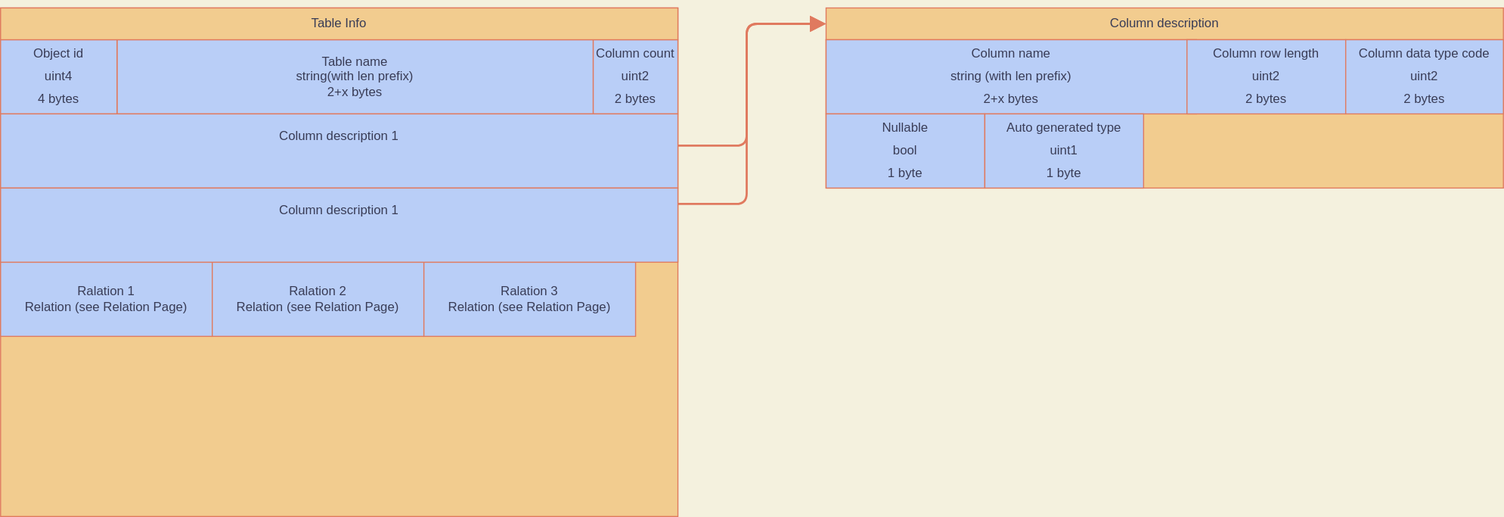
Harry29-exe/HomegrownDB keeps this draw.io diagram as documentacion/table_info.doc.svg. Above is the earlier version. Source tidied: cells renumbered, new cells last; positions are measured from the earlier drawing's top-left corner, leaving out a move shared by most shapes. Source of this version:
```xml
<mxGraphModel background="#F4F1DE">
  <root>
    <mxCell id="0" />
    <mxCell id="1" parent="0" />
    <mxCell id="2" value="&lt;p style=&quot;line-height: 1.8&quot;&gt;&lt;br&gt;&lt;/p&gt;" style="rounded=0;whiteSpace=wrap;html=1;sketch=0;fontColor=#393C56;strokeColor=#E07A5F;fillColor=#F2CC8F;fontStyle=0;verticalAlign=middle;" parent="1" vertex="1">
      <mxGeometry x="780" y="30" width="640" height="140" as="geometry" />
    </mxCell>
    <mxCell id="3" style="rounded=0;whiteSpace=wrap;html=1;fillColor=#F2CC8F;strokeColor=#E07A5F;fontColor=#393C56;" parent="1" vertex="1">
      <mxGeometry width="640" height="480" as="geometry" />
    </mxCell>
    <mxCell id="4" value="&lt;span&gt;Table name&lt;/span&gt;&lt;br&gt;&lt;span&gt;string(with len prefix)&lt;br&gt;&lt;/span&gt;&lt;span&gt;2+x bytes&lt;/span&gt;&lt;span&gt;&lt;br&gt;&lt;/span&gt;" style="rounded=0;whiteSpace=wrap;html=1;sketch=0;fontColor=#393C56;strokeColor=#E07A5F;fillColor=#B9CEF7;fontStyle=0;labelBackgroundColor=none;" parent="1" vertex="1">
      <mxGeometry x="110" y="30" width="450" height="70" as="geometry" />
    </mxCell>
    <mxCell id="5" value="&lt;p style=&quot;line-height: 1.8&quot;&gt;Object id&lt;br&gt;uint4&lt;br&gt;4 bytes&lt;/p&gt;" style="rounded=0;whiteSpace=wrap;html=1;sketch=0;fontColor=#393C56;strokeColor=#E07A5F;fillColor=#B9CEF7;fontStyle=0;spacing=2;" parent="1" vertex="1">
      <mxGeometry y="30" width="110" height="70" as="geometry" />
    </mxCell>
    <mxCell id="6" style="rounded=1;sketch=0;jettySize=auto;html=1;fontColor=#393C56;strokeColor=#E07A5F;fillColor=#F2CC8F;strokeWidth=2;edgeStyle=orthogonalEdgeStyle;endArrow=block;endFill=1;endSize=10;entryX=0;entryY=0.5;entryDx=0;entryDy=0;exitX=1;exitY=0.5;exitDx=0;exitDy=0;" parent="1" edge="1" source="17" target="12">
      <mxGeometry relative="1" as="geometry">
        <Array as="points">
          <mxPoint x="630" y="135" />
          <mxPoint x="630" y="130" />
          <mxPoint x="705" y="130" />
          <mxPoint x="705" y="15" />
        </Array>
      </mxGeometry>
    </mxCell>
    <mxCell id="7" style="edgeStyle=orthogonalEdgeStyle;rounded=1;sketch=0;jettySize=auto;html=1;entryX=0;entryY=0.5;entryDx=0;entryDy=0;fontColor=#393C56;endArrow=block;endFill=1;endSize=10;strokeColor=#E07A5F;strokeWidth=2;fillColor=#F2CC8F;" parent="1" edge="1" target="12">
      <mxGeometry relative="1" as="geometry">
        <mxPoint x="630" y="185" as="sourcePoint" />
      </mxGeometry>
    </mxCell>
    <mxCell id="8" value="&lt;p style=&quot;line-height: 1.8&quot;&gt;Column count&lt;br&gt;uint2&lt;br&gt;2 bytes&lt;/p&gt;" style="rounded=0;whiteSpace=wrap;html=1;sketch=0;fontColor=#393C56;strokeColor=#E07A5F;fillColor=#B9CEF7;fontStyle=0;spacing=2;" parent="1" vertex="1">
      <mxGeometry x="560" y="30" width="80" height="70" as="geometry" />
    </mxCell>
    <mxCell id="9" value="Ralation 1&lt;br&gt;Relation (see Relation Page)" style="rounded=0;whiteSpace=wrap;html=1;sketch=0;fontColor=#393C56;strokeColor=#E07A5F;fillColor=#B9CEF7;verticalAlign=middle;" parent="1" vertex="1">
      <mxGeometry y="240" width="200" height="70" as="geometry" />
    </mxCell>
    <mxCell id="10" value="Ralation 2&lt;br&gt;Relation (see Relation Page)" style="rounded=0;whiteSpace=wrap;html=1;sketch=0;fontColor=#393C56;strokeColor=#E07A5F;fillColor=#B9CEF7;verticalAlign=middle;" parent="1" vertex="1">
      <mxGeometry x="200" y="240" width="200" height="70" as="geometry" />
    </mxCell>
    <mxCell id="11" value="Ralation 3&lt;br&gt;Relation (see Relation Page)" style="rounded=0;whiteSpace=wrap;html=1;sketch=0;fontColor=#393C56;strokeColor=#E07A5F;fillColor=#B9CEF7;verticalAlign=middle;" parent="1" vertex="1">
      <mxGeometry x="400" y="240" width="200" height="70" as="geometry" />
    </mxCell>
    <mxCell id="12" value="&lt;p style=&quot;line-height: 1.8&quot;&gt;Column description&lt;/p&gt;" style="rounded=0;whiteSpace=wrap;html=1;sketch=0;fontColor=#393C56;strokeColor=#E07A5F;fillColor=#F2CC8F;fontStyle=0;verticalAlign=middle;" parent="1" vertex="1">
      <mxGeometry x="780" width="640" height="30" as="geometry" />
    </mxCell>
    <mxCell id="13" value="&lt;p style=&quot;line-height: 1.8&quot;&gt;Column name&lt;br&gt;string (with len prefix)&lt;br&gt;2+x bytes&lt;/p&gt;" style="rounded=0;whiteSpace=wrap;html=1;sketch=0;fontColor=#393C56;strokeColor=#E07A5F;fillColor=#B9CEF7;fontStyle=0;spacing=2;" parent="1" vertex="1">
      <mxGeometry x="780" y="30" width="350" height="70" as="geometry" />
    </mxCell>
    <mxCell id="14" value="&lt;p style=&quot;line-height: 1.8&quot;&gt;Column row length&lt;br&gt;uint2&lt;br&gt;2 bytes&lt;/p&gt;" style="rounded=0;whiteSpace=wrap;html=1;sketch=0;fontColor=#393C56;strokeColor=#E07A5F;fillColor=#B9CEF7;fontStyle=0;spacing=2;" parent="1" vertex="1">
      <mxGeometry x="1121" y="30" width="150" height="70" as="geometry" />
    </mxCell>
    <mxCell id="15" value="&lt;p style=&quot;line-height: 1.8&quot;&gt;Column data type code&lt;br&gt;uint2&lt;br&gt;2 bytes&lt;/p&gt;" style="rounded=0;whiteSpace=wrap;html=1;sketch=0;fontColor=#393C56;strokeColor=#E07A5F;fillColor=#B9CEF7;fontStyle=0;spacing=2;" parent="1" vertex="1">
      <mxGeometry x="1271" y="30" width="149" height="70" as="geometry" />
    </mxCell>
    <mxCell id="16" value="&lt;p style=&quot;line-height: 1.8&quot;&gt;Nullable&lt;br&gt;bool&lt;br&gt;1 byte&lt;/p&gt;" style="rounded=0;whiteSpace=wrap;html=1;sketch=0;fontColor=#393C56;strokeColor=#E07A5F;fillColor=#B9CEF7;fontStyle=0;spacing=2;" parent="1" vertex="1">
      <mxGeometry x="780" y="100" width="150" height="70" as="geometry" />
    </mxCell>
    <mxCell id="17" value="&lt;span&gt;Column description 1&lt;br&gt;&lt;br&gt;&lt;br&gt;&lt;/span&gt;" style="rounded=0;whiteSpace=wrap;html=1;sketch=0;fontColor=#393C56;strokeColor=#E07A5F;fillColor=#B9CEF7;fontStyle=0;labelBackgroundColor=none;" parent="1" vertex="1">
      <mxGeometry y="100" width="640" height="70" as="geometry" />
    </mxCell>
    <mxCell id="18" value="&lt;span&gt;Column description 1&lt;br&gt;&lt;br&gt;&lt;br&gt;&lt;/span&gt;" style="rounded=0;whiteSpace=wrap;html=1;sketch=0;fontColor=#393C56;strokeColor=#E07A5F;fillColor=#B9CEF7;fontStyle=0;labelBackgroundColor=none;" parent="1" vertex="1">
      <mxGeometry y="170" width="640" height="70" as="geometry" />
    </mxCell>
    <mxCell id="19" value="Table Info" style="rounded=0;whiteSpace=wrap;html=1;fillColor=#F2CC8F;strokeColor=#E07A5F;fontColor=#393C56;" parent="1" vertex="1">
      <mxGeometry width="640" height="30" as="geometry" />
    </mxCell>
    <mxCell id="20" value="&lt;p style=&quot;line-height: 1.8&quot;&gt;Auto generated type&lt;br&gt;uint1&lt;br&gt;1 byte&lt;/p&gt;" style="rounded=0;whiteSpace=wrap;html=1;sketch=0;fontColor=#393C56;strokeColor=#E07A5F;fillColor=#B9CEF7;fontStyle=0;spacing=2;" parent="1" vertex="1">
      <mxGeometry x="930" y="100" width="150" height="70" as="geometry" />
    </mxCell>
  </root>
</mxGraphModel>
```
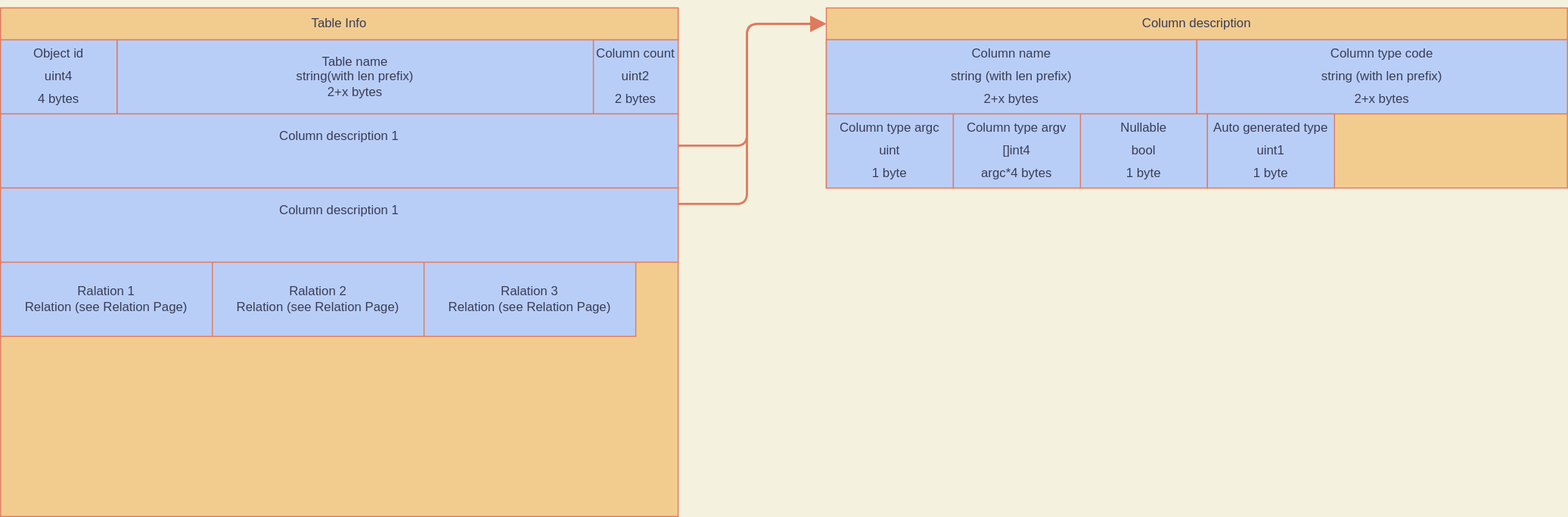
After the change.

Commit message:
added table deserializer and table column definition

Change to the diagram source:
```diff
@@ -3,7 +3,7 @@
     <mxCell id="0" />
     <mxCell id="1" parent="0" />
     <mxCell id="2" value="&lt;p style=&quot;line-height: 1.8&quot;&gt;&lt;br&gt;&lt;/p&gt;" style="rounded=0;whiteSpace=wrap;html=1;sketch=0;fontColor=#393C56;strokeColor=#E07A5F;fillColor=#F2CC8F;fontStyle=0;verticalAlign=middle;" parent="1" vertex="1">
-      <mxGeometry x="780" y="30" width="640" height="140" as="geometry" />
+      <mxGeometry x="780" y="30" width="700" height="140" as="geometry" />
     </mxCell>
     <mxCell id="3" style="rounded=0;whiteSpace=wrap;html=1;fillColor=#F2CC8F;strokeColor=#E07A5F;fontColor=#393C56;" parent="1" vertex="1">
       <mxGeometry width="640" height="480" as="geometry" />
@@ -42,19 +42,19 @@
       <mxGeometry x="400" y="240" width="200" height="70" as="geometry" />
     </mxCell>
     <mxCell id="12" value="&lt;p style=&quot;line-height: 1.8&quot;&gt;Column description&lt;/p&gt;" style="rounded=0;whiteSpace=wrap;html=1;sketch=0;fontColor=#393C56;strokeColor=#E07A5F;fillColor=#F2CC8F;fontStyle=0;verticalAlign=middle;" parent="1" vertex="1">
-      <mxGeometry x="780" width="640" height="30" as="geometry" />
+      <mxGeometry x="780" width="700" height="30" as="geometry" />
     </mxCell>
     <mxCell id="13" value="&lt;p style=&quot;line-height: 1.8&quot;&gt;Column name&lt;br&gt;string (with len prefix)&lt;br&gt;2+x bytes&lt;/p&gt;" style="rounded=0;whiteSpace=wrap;html=1;sketch=0;fontColor=#393C56;strokeColor=#E07A5F;fillColor=#B9CEF7;fontStyle=0;spacing=2;" parent="1" vertex="1">
       <mxGeometry x="780" y="30" width="350" height="70" as="geometry" />
     </mxCell>
-    <mxCell id="14" value="&lt;p style=&quot;line-height: 1.8&quot;&gt;Column row length&lt;br&gt;uint2&lt;br&gt;2 bytes&lt;/p&gt;" style="rounded=0;whiteSpace=wrap;html=1;sketch=0;fontColor=#393C56;strokeColor=#E07A5F;fillColor=#B9CEF7;fontStyle=0;spacing=2;" parent="1" vertex="1">
-      <mxGeometry x="1121" y="30" width="150" height="70" as="geometry" />
+    <mxCell id="14" value="&lt;p style=&quot;line-height: 1.8&quot;&gt;Column type argc&lt;br&gt;uint&lt;br&gt;1 byte&lt;/p&gt;" style="rounded=0;whiteSpace=wrap;html=1;sketch=0;fontColor=#393C56;strokeColor=#E07A5F;fillColor=#B9CEF7;fontStyle=0;spacing=2;" parent="1" vertex="1">
+      <mxGeometry x="780" y="100" width="120" height="70" as="geometry" />
     </mxCell>
-    <mxCell id="15" value="&lt;p style=&quot;line-height: 1.8&quot;&gt;Column data type code&lt;br&gt;uint2&lt;br&gt;2 bytes&lt;/p&gt;" style="rounded=0;whiteSpace=wrap;html=1;sketch=0;fontColor=#393C56;strokeColor=#E07A5F;fillColor=#B9CEF7;fontStyle=0;spacing=2;" parent="1" vertex="1">
-      <mxGeometry x="1271" y="30" width="149" height="70" as="geometry" />
+    <mxCell id="15" value="&lt;p style=&quot;line-height: 1.8&quot;&gt;Column type code&lt;br&gt;string (with len prefix)&lt;br&gt;2+x bytes&lt;/p&gt;" style="rounded=0;whiteSpace=wrap;html=1;sketch=0;fontColor=#393C56;strokeColor=#E07A5F;fillColor=#B9CEF7;fontStyle=0;spacing=2;" parent="1" vertex="1">
+      <mxGeometry x="1130" y="30" width="350" height="70" as="geometry" />
     </mxCell>
     <mxCell id="16" value="&lt;p style=&quot;line-height: 1.8&quot;&gt;Nullable&lt;br&gt;bool&lt;br&gt;1 byte&lt;/p&gt;" style="rounded=0;whiteSpace=wrap;html=1;sketch=0;fontColor=#393C56;strokeColor=#E07A5F;fillColor=#B9CEF7;fontStyle=0;spacing=2;" parent="1" vertex="1">
-      <mxGeometry x="780" y="100" width="150" height="70" as="geometry" />
+      <mxGeometry x="1020" y="100" width="120" height="70" as="geometry" />
     </mxCell>
     <mxCell id="17" value="&lt;span&gt;Column description 1&lt;br&gt;&lt;br&gt;&lt;br&gt;&lt;/span&gt;" style="rounded=0;whiteSpace=wrap;html=1;sketch=0;fontColor=#393C56;strokeColor=#E07A5F;fillColor=#B9CEF7;fontStyle=0;labelBackgroundColor=none;" parent="1" vertex="1">
       <mxGeometry y="100" width="640" height="70" as="geometry" />
@@ -66,7 +66,10 @@
       <mxGeometry width="640" height="30" as="geometry" />
     </mxCell>
     <mxCell id="20" value="&lt;p style=&quot;line-height: 1.8&quot;&gt;Auto generated type&lt;br&gt;uint1&lt;br&gt;1 byte&lt;/p&gt;" style="rounded=0;whiteSpace=wrap;html=1;sketch=0;fontColor=#393C56;strokeColor=#E07A5F;fillColor=#B9CEF7;fontStyle=0;spacing=2;" parent="1" vertex="1">
-      <mxGeometry x="930" y="100" width="150" height="70" as="geometry" />
+      <mxGeometry x="1140" y="100" width="120" height="70" as="geometry" />
     </mxCell>
+    <mxCell id="21" value="&lt;p style=&quot;line-height: 1.8&quot;&gt;Column type argv&lt;br&gt;[]int4&lt;br&gt;argc*4 bytes&lt;/p&gt;" style="rounded=0;whiteSpace=wrap;html=1;sketch=0;fontColor=#393C56;strokeColor=#E07A5F;fillColor=#B9CEF7;fontStyle=0;spacing=2;" parent="1" vertex="1">
+      <mxGeometry x="900" y="100" width="120" height="70" as="geometry" />
+    </mxCell>
   </root>
 </mxGraphModel>
```
